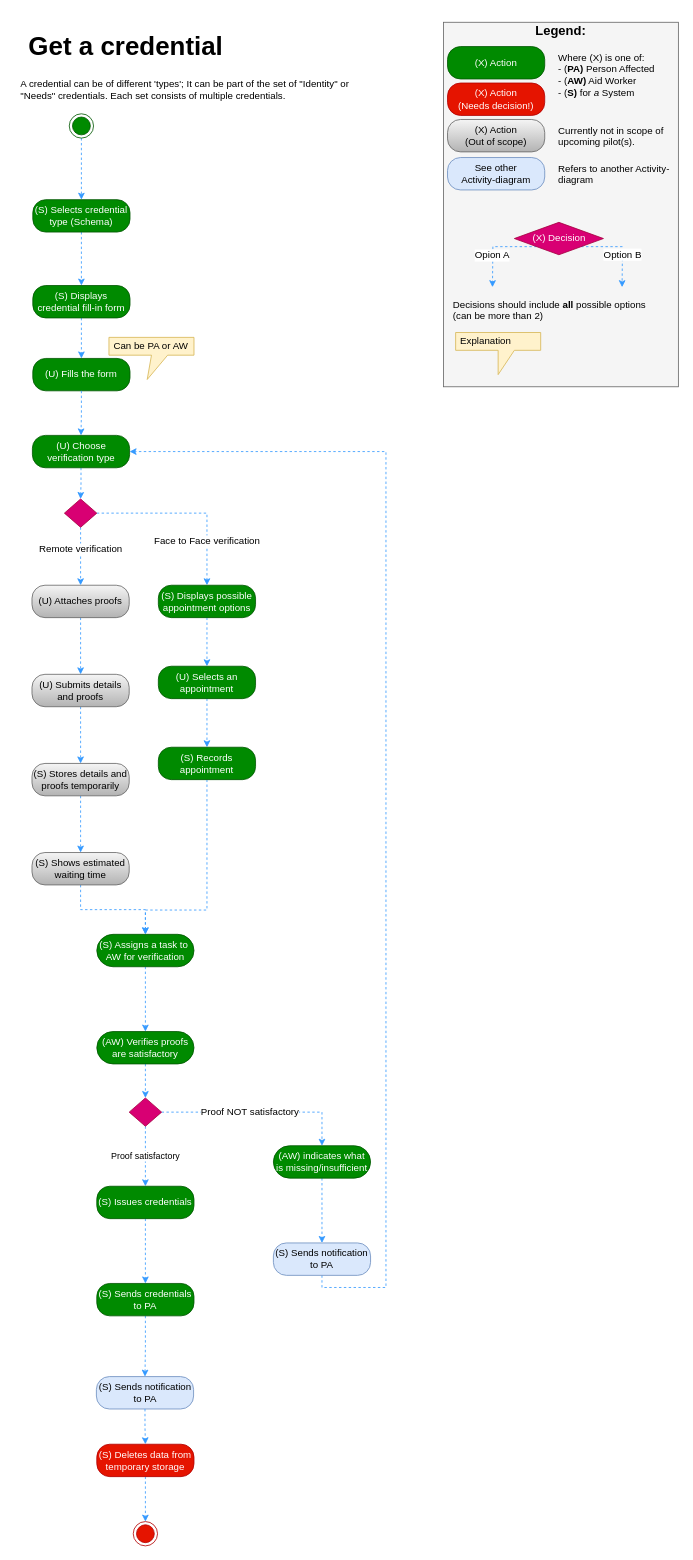
The draw.io diagram Activity Diagrams/Get a credential activity.drawio in nsward/diagrams, before the edit. Source tidied: cells renumbered, new cells numbered last; positions are measured from the earlier drawing's top-left corner, leaving out a move shared by most shapes. Both pictures are drawn from the tidied source at 81%, with x=0, y=0 at pixel (14, 14).
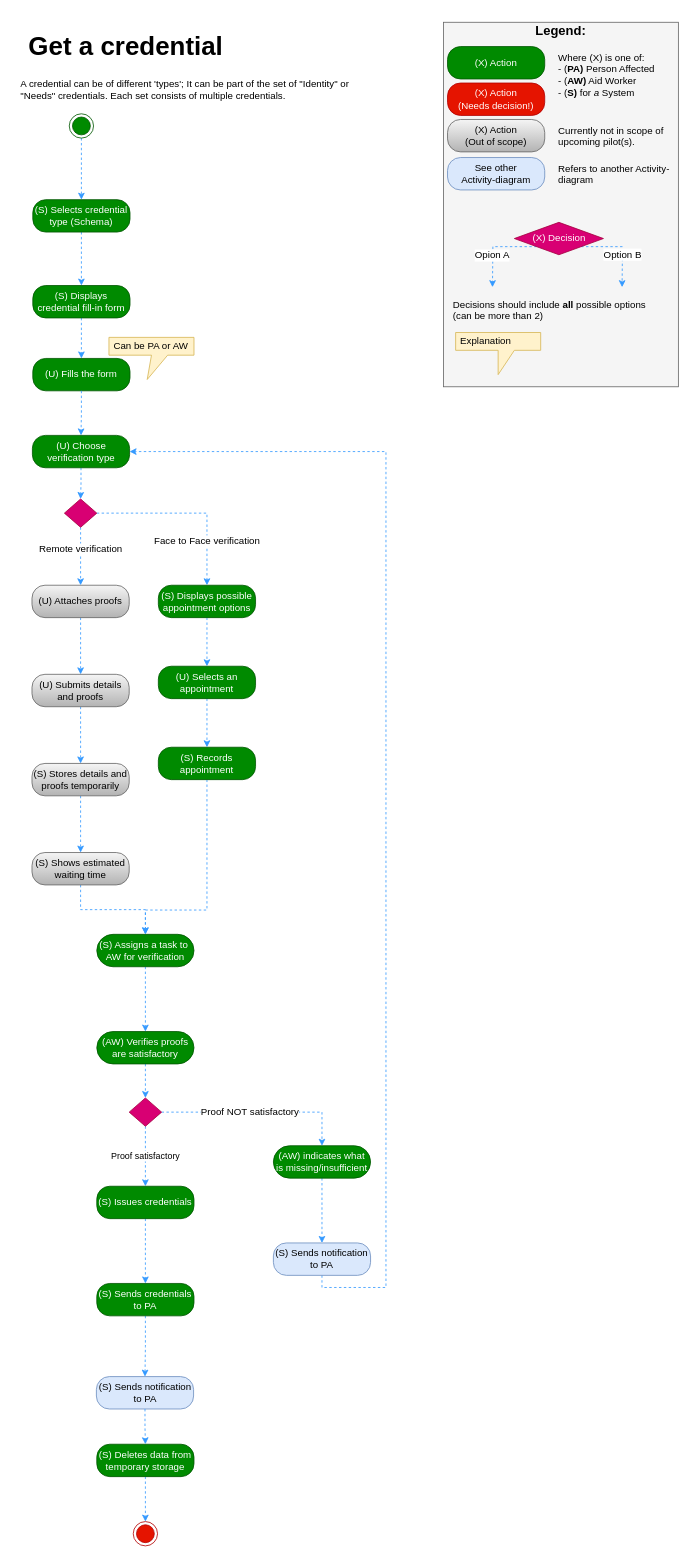
Above is the later version.

The edit, as a diff of the source:
```diff
@@
-    <mxCell id="50" value="(S) Deletes data from temporary storage&lt;br&gt;" style="rounded=1;whiteSpace=wrap;html=1;arcSize=40;fillColor=#e51400;strokeColor=#B20000;fontColor=#ffffff;" parent="1" vertex="1">
+    <mxCell id="50" value="(S) Deletes data from temporary storage&lt;br&gt;" style="rounded=1;whiteSpace=wrap;html=1;arcSize=40;fillColor=#008a00;strokeColor=#005700;fontColor=#ffffff;" parent="1" vertex="1">
       <mxGeometry x="102" y="1765.5" width="120" height="40" as="geometry" />
     </mxCell>
```
